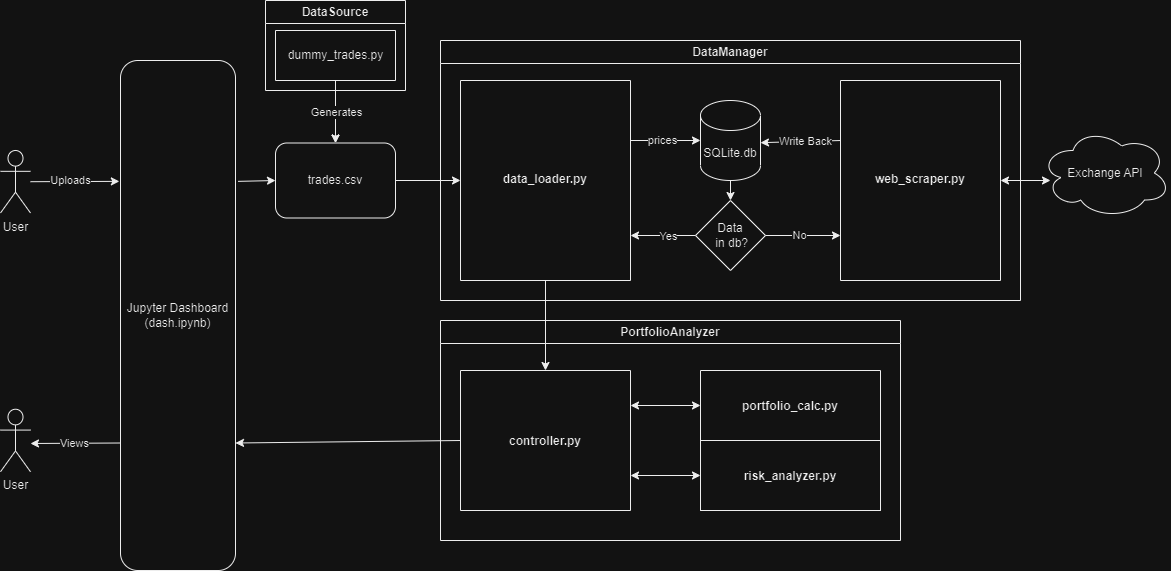
Erik-Kelemen/Stock-Portfolio-Analyzer keeps this draw.io diagram as imgs/StockPortfolioAnalyzer.drawio.png. Above is the earlier version. Source tidied: cells renumbered, new cells last; positions are measured from the earlier drawing's top-left corner, leaving out a move shared by most shapes.
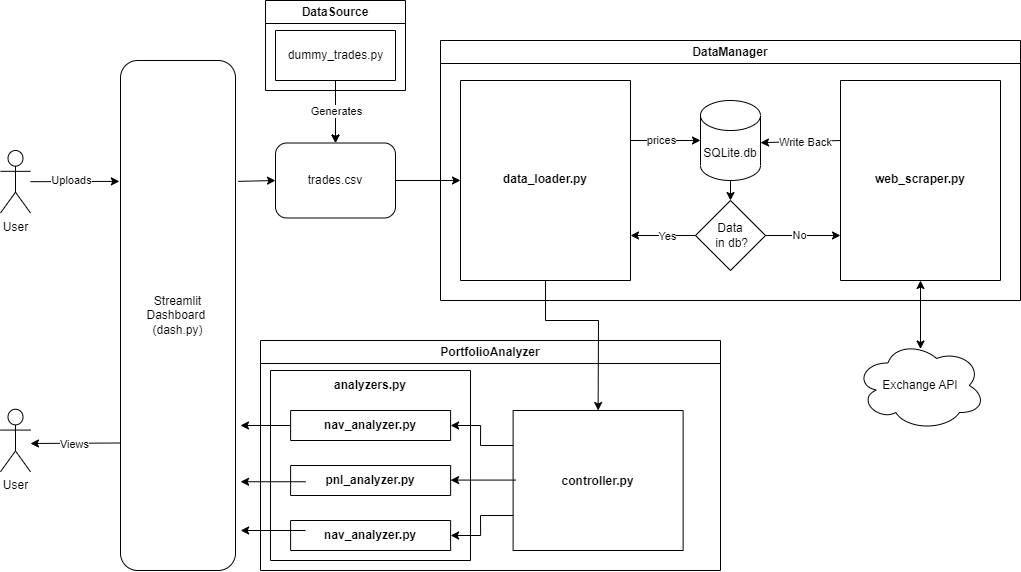
The same file after the commit.

Change to the diagram source:
```diff
@@ -3,23 +3,45 @@
     <mxCell id="0" />
     <mxCell id="1" parent="0" />
     <mxCell id="2" value="PortfolioAnalyzer" style="swimlane;whiteSpace=wrap;html=1;startSize=23;" parent="1" vertex="1">
-      <mxGeometry x="440" y="320" width="460" height="220" as="geometry" />
+      <mxGeometry x="260" y="340" width="460" height="230" as="geometry" />
     </mxCell>
     <mxCell id="3" value="&#10;&#10;&#10;&#10;&#10;&#10;&#10;&#10;&#10;&#10;controller.py" style="swimlane;startSize=0;" parent="2" vertex="1">
-      <mxGeometry x="20" y="50" width="170" height="140" as="geometry" />
+      <mxGeometry x="252.6" y="70" width="170" height="140" as="geometry" />
     </mxCell>
-    <mxCell id="4" value="&#10;&#10;&#10;&#10;&#10;portfolio_calc.py" style="swimlane;startSize=0;" parent="2" vertex="1">
-      <mxGeometry x="260" y="50" width="180" height="140" as="geometry" />
-    </mxCell>
-    <mxCell id="5" value="&#10;&#10;&#10;&#10;&#10;risk_analyzer.py" style="swimlane;startSize=0;" parent="4" vertex="1">
-      <mxGeometry y="70" width="180" height="70" as="geometry" />
-    </mxCell>
-    <mxCell id="6" style="endArrow=classic;startArrow=classic;html=1;rounded=0;exitX=1;exitY=0.25;exitDx=0;exitDy=0;entryX=0;entryY=0.25;entryDx=0;entryDy=0;" parent="2" edge="1" source="3" target="4">
-      <mxGeometry relative="1" as="geometry" />
-    </mxCell>
-    <mxCell id="7" style="endArrow=classic;startArrow=classic;html=1;rounded=0;exitX=1;exitY=0.75;exitDx=0;exitDy=0;entryX=0;entryY=0.5;entryDx=0;entryDy=0;" parent="2" edge="1" source="3" target="5">
-      <mxGeometry relative="1" as="geometry" />
-    </mxCell>
+    <mxCell id="42" value="&#10;&#10;nav_analyzer.py" style="swimlane;startSize=0;" parent="2" vertex="1">
+      <mxGeometry x="30.1" y="70" width="160" height="30" as="geometry" />
+    </mxCell>
+    <mxCell id="43" value="&#10;&#10;pnl_analyzer.py" style="swimlane;startSize=0;" parent="2" vertex="1">
+      <mxGeometry x="30.1" y="125" width="160" height="30" as="geometry" />
+    </mxCell>
+    <mxCell id="44" value="&#10;&#10;nav_analyzer.py" style="swimlane;startSize=0;" parent="2" vertex="1">
+      <mxGeometry x="30.1" y="180" width="160" height="30" as="geometry" />
+    </mxCell>
+    <mxCell id="45" style="endArrow=classic;html=1;rounded=0;exitX=0;exitY=0.25;exitDx=0;exitDy=0;entryX=1;entryY=0.5;entryDx=0;entryDy=0;" parent="2" edge="1" source="3" target="42">
+      <mxGeometry relative="1" as="geometry">
+        <Array as="points">
+          <mxPoint x="220" y="105" />
+          <mxPoint x="220.1" y="85" />
+        </Array>
+      </mxGeometry>
+    </mxCell>
+    <mxCell id="46" style="endArrow=classic;html=1;rounded=0;exitX=0;exitY=0.75;exitDx=0;exitDy=0;entryX=1;entryY=0.5;entryDx=0;entryDy=0;" parent="2" edge="1" source="3" target="44">
+      <mxGeometry relative="1" as="geometry">
+        <Array as="points">
+          <mxPoint x="220" y="175" />
+          <mxPoint x="220.1" y="195" />
+        </Array>
+      </mxGeometry>
+    </mxCell>
+    <mxCell id="47" style="endArrow=classic;html=1;rounded=0;exitX=0;exitY=0.5;exitDx=0;exitDy=0;entryX=0.999;entryY=0.696;entryDx=0;entryDy=0;entryPerimeter=0;" parent="2" edge="1">
+      <mxGeometry relative="1" as="geometry">
+        <mxPoint x="255.1" y="139.6" as="sourcePoint" />
+        <mxPoint x="190.1" y="139.6" as="targetPoint" />
+      </mxGeometry>
+    </mxCell>
+    <mxCell id="48" value="&#10;&#10;analyzers.py" style="swimlane;startSize=0;" parent="2" vertex="1">
+      <mxGeometry x="10" y="30" width="200" height="190" as="geometry" />
+    </mxCell>
     <mxCell id="8" value="DataManager" style="swimlane;whiteSpace=wrap;html=1;" parent="1" vertex="1">
       <mxGeometry x="440" y="40" width="580" height="260" as="geometry" />
     </mxCell>
@@ -79,9 +101,9 @@
       <mxGeometry relative="1" as="geometry" />
     </mxCell>
     <mxCell id="24" value="Exchange API" style="ellipse;shape=cloud;whiteSpace=wrap;html=1;" parent="1" vertex="1">
-      <mxGeometry x="1040" y="127.5" width="130" height="90" as="geometry" />
+      <mxGeometry x="855" y="340" width="130" height="90" as="geometry" />
     </mxCell>
-    <mxCell id="25" value="Jupyter Dashboard&lt;br&gt;(dash.ipynb)" style="rounded=1;whiteSpace=wrap;html=1;" parent="1" vertex="1">
+    <mxCell id="25" value="Streamlit &lt;br&gt;Dashboard&amp;nbsp; (dash.py)" style="rounded=1;whiteSpace=wrap;html=1;" parent="1" vertex="1">
       <mxGeometry x="120" y="60" width="115" height="510" as="geometry" />
     </mxCell>
     <mxCell id="26" style="edgeStyle=orthogonalEdgeStyle;rounded=0;jettySize=auto;html=1;" parent="1" edge="1" source="27" target="22">
@@ -109,11 +131,13 @@
     <mxCell id="32" style="endArrow=classic;html=1;rounded=0;exitX=1.023;exitY=0.237;exitDx=0;exitDy=0;exitPerimeter=0;entryX=0;entryY=0.5;entryDx=0;entryDy=0;" parent="1" edge="1" source="25" target="22">
       <mxGeometry relative="1" as="geometry" />
     </mxCell>
-    <mxCell id="33" style="endArrow=classic;html=1;rounded=0;exitX=0;exitY=0.5;exitDx=0;exitDy=0;entryX=1;entryY=0.75;entryDx=0;entryDy=0;" parent="1" edge="1" source="3" target="25">
-      <mxGeometry relative="1" as="geometry" />
-    </mxCell>
     <mxCell id="34" style="endArrow=classic;html=1;rounded=0;exitX=0.5;exitY=1;exitDx=0;exitDy=0;entryX=0.5;entryY=0;entryDx=0;entryDy=0;" parent="1" edge="1" source="10" target="3">
-      <mxGeometry relative="1" as="geometry" />
+      <mxGeometry relative="1" as="geometry">
+        <Array as="points">
+          <mxPoint x="545" y="320" />
+          <mxPoint x="598" y="320" />
+        </Array>
+      </mxGeometry>
     </mxCell>
     <mxCell id="35" style="endArrow=classic;html=1;rounded=0;entryX=0.5;entryY=0;entryDx=0;entryDy=0;exitX=0.5;exitY=1;exitDx=0;exitDy=0;" parent="1" edge="1" source="28" target="22">
       <mxGeometry relative="1" as="geometry" />
@@ -133,10 +157,25 @@
     <mxCell id="40" value="User" style="shape=umlActor;verticalLabelPosition=bottom;verticalAlign=top;html=1;" parent="1" vertex="1">
       <mxGeometry y="408.8" width="30" height="62.5" as="geometry" />
     </mxCell>
-    <mxCell id="41" style="endArrow=classic;startArrow=classic;html=1;rounded=0;entryX=1;entryY=0.5;entryDx=0;entryDy=0;" parent="1" edge="1" target="9">
-      <mxGeometry relative="1" as="geometry">
-        <mxPoint x="1050" y="180" as="sourcePoint" />
-      </mxGeometry>
+    <mxCell id="41" style="endArrow=classic;startArrow=classic;html=1;rounded=0;entryX=0.5;entryY=1;entryDx=0;entryDy=0;exitX=0.5;exitY=0.095;exitDx=0;exitDy=0;exitPerimeter=0;" parent="1" edge="1" source="24" target="9">
+      <mxGeometry relative="1" as="geometry" />
     </mxCell>
+    <mxCell id="49" style="endArrow=classic;html=1;rounded=0;exitX=0;exitY=0.5;exitDx=0;exitDy=0;entryX=0.999;entryY=0.696;entryDx=0;entryDy=0;entryPerimeter=0;" parent="1" edge="1" source="42">
+      <mxGeometry relative="1" as="geometry">
+        <mxPoint x="240" y="425" as="targetPoint" />
+      </mxGeometry>
+    </mxCell>
+    <mxCell id="50" style="endArrow=classic;html=1;rounded=0;exitX=0;exitY=0.5;exitDx=0;exitDy=0;entryX=0.999;entryY=0.696;entryDx=0;entryDy=0;entryPerimeter=0;" parent="1" edge="1">
+      <mxGeometry relative="1" as="geometry">
+        <mxPoint x="305.1" y="481.2" as="sourcePoint" />
+        <mxPoint x="240.1" y="481.2" as="targetPoint" />
+      </mxGeometry>
+    </mxCell>
+    <mxCell id="51" style="endArrow=classic;html=1;rounded=0;exitX=0;exitY=0.5;exitDx=0;exitDy=0;entryX=0.999;entryY=0.696;entryDx=0;entryDy=0;entryPerimeter=0;" parent="1" edge="1">
+      <mxGeometry relative="1" as="geometry">
+        <mxPoint x="305.1" y="530" as="sourcePoint" />
+        <mxPoint x="240.1" y="530" as="targetPoint" />
+      </mxGeometry>
+    </mxCell>
   </root>
 </mxGraphModel>
```
